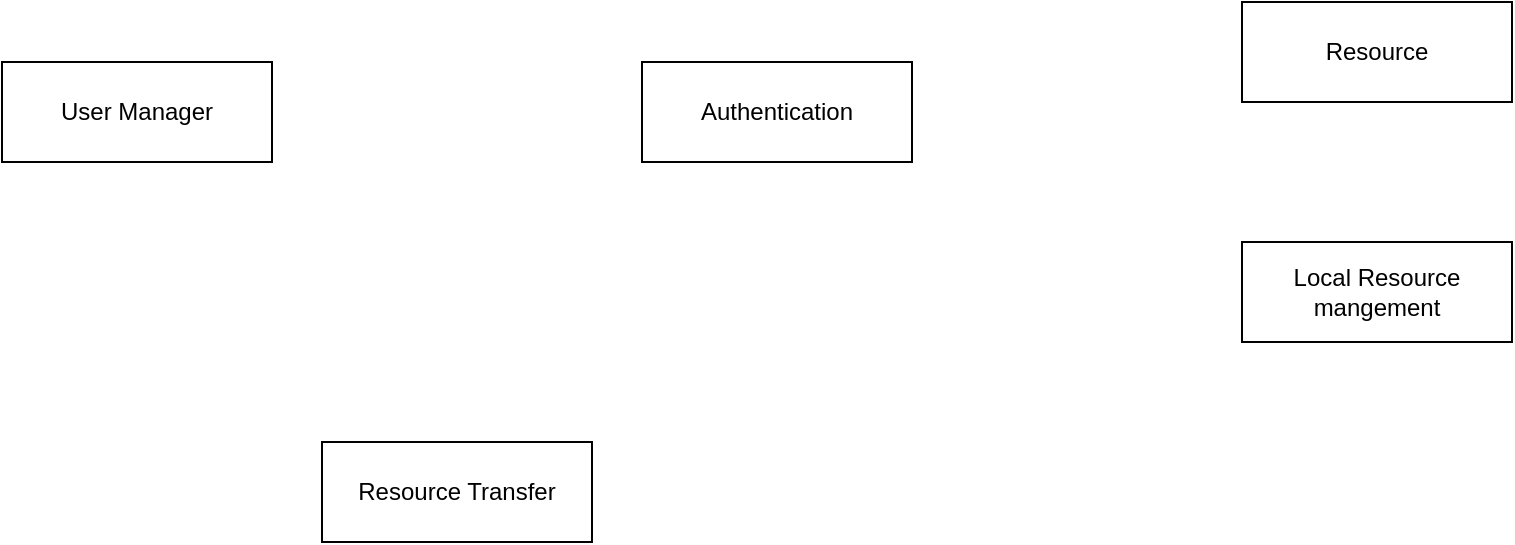
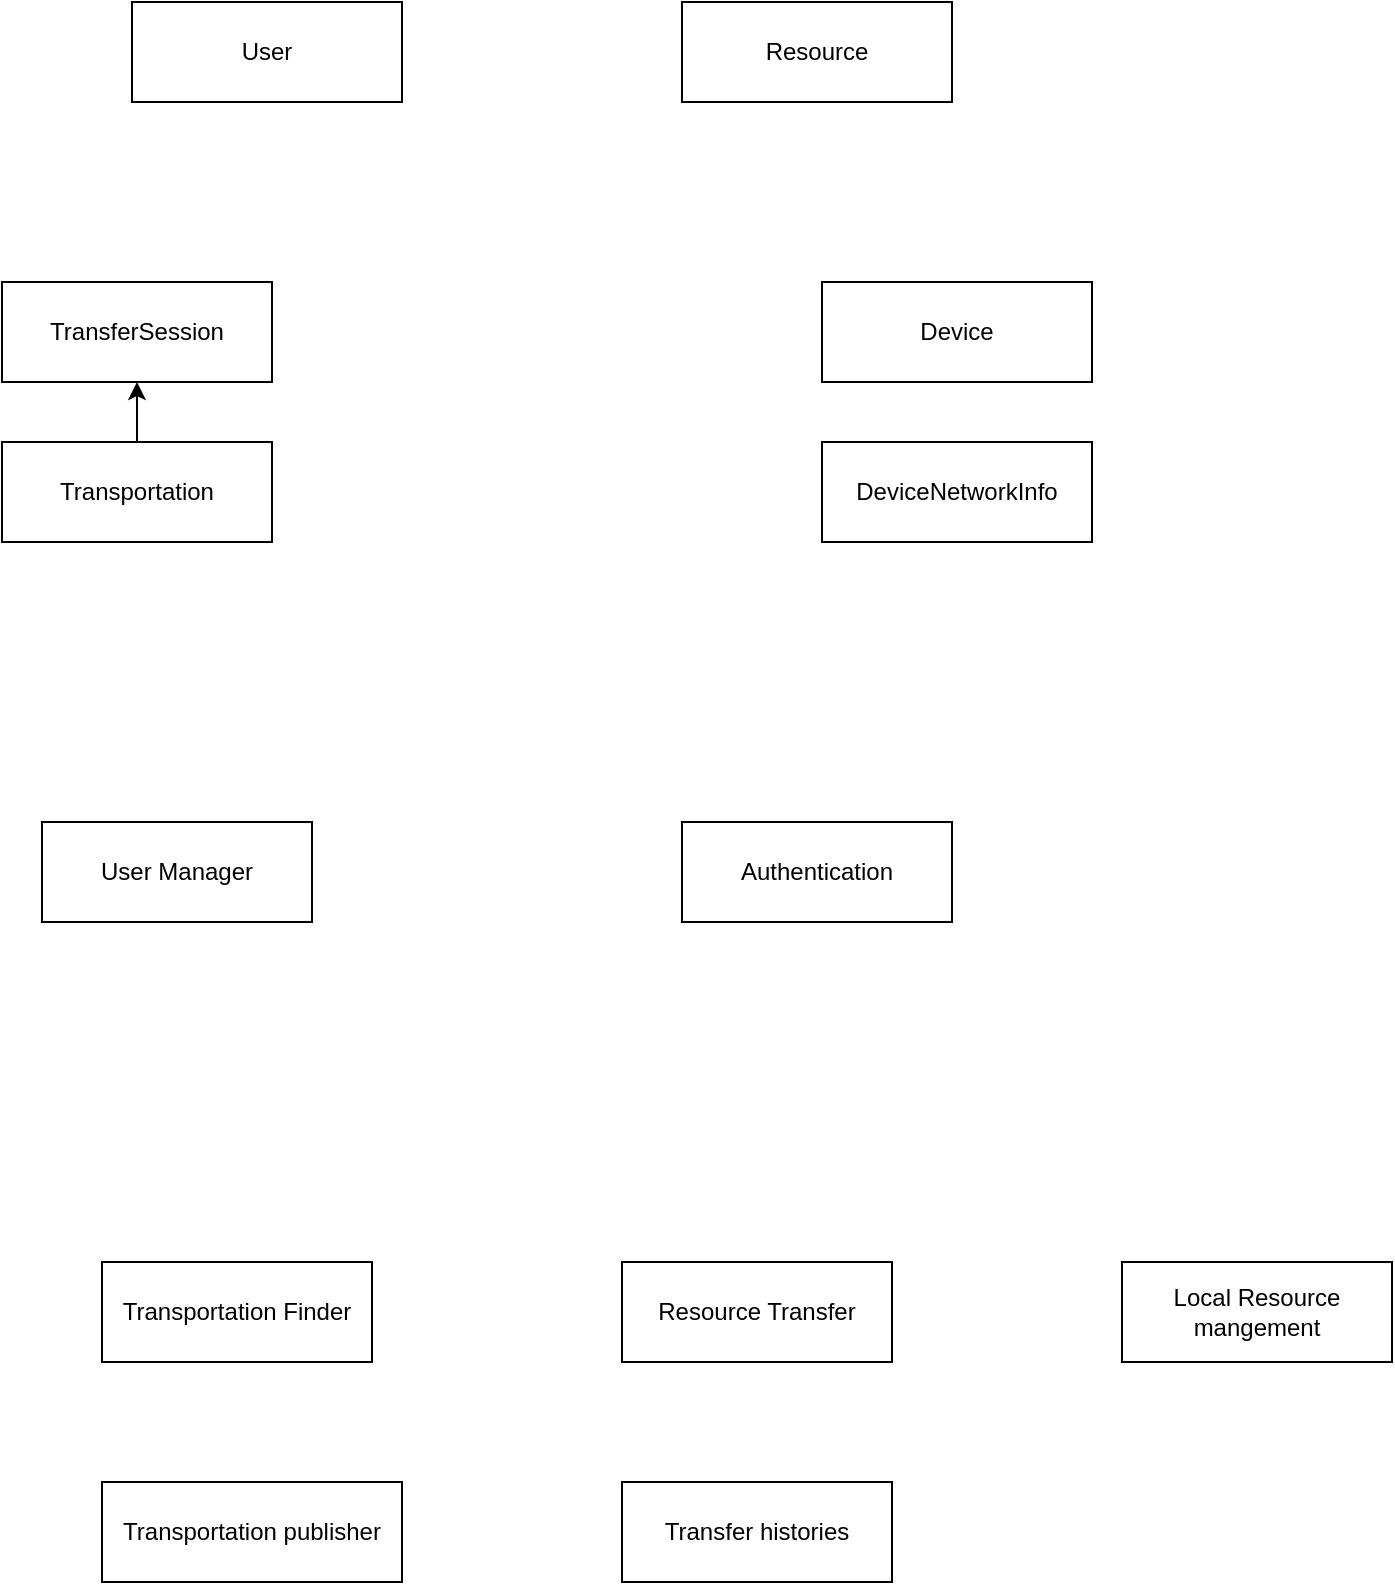
- <mxfile host="Electron" agent="Mozilla/5.0 (Macintosh; Intel Mac OS X 10_15_7) AppleWebKit/537.36 (KHTML, like Gecko) draw.io/25.0.2 Chrome/128.0.6613.186 Electron/32.2.5 Safari/537.36" version="25.0.2">
+ <mxfile host="app.diagrams.net" agent="Mozilla/5.0 (Macintosh; Intel Mac OS X 10_15_7) AppleWebKit/537.36 (KHTML, like Gecko) Chrome/132.0.0.0 Safari/537.36" version="26.0.7">
  <diagram name="Page-1" id="XmDqDLnvBHBLNF_ZRJiT">
-     <mxGraphModel dx="1803" dy="1056" grid="1" gridSize="10" guides="1" tooltips="1" connect="1" arrows="1" fold="1" page="1" pageScale="1" pageWidth="850" pageHeight="1100" math="0" shadow="0">
+     <mxGraphModel dx="1468" dy="1071" grid="1" gridSize="10" guides="1" tooltips="1" connect="1" arrows="1" fold="1" page="1" pageScale="1" pageWidth="850" pageHeight="1100" math="0" shadow="0">
      <root>
        <mxCell id="0" />
        <mxCell id="1" parent="0" />
-         <mxCell id="j_X1Lut9ImSH6xrt_nFL-1" value="User Manager" style="rounded=0;whiteSpace=wrap;html=1;" vertex="1" parent="1">
-           <mxGeometry x="130" y="280" width="135" height="50" as="geometry" />
+         <mxCell id="j_X1Lut9ImSH6xrt_nFL-1" value="User Manager" style="rounded=0;whiteSpace=wrap;html=1;" parent="1" vertex="1">
+           <mxGeometry x="150" y="420" width="135" height="50" as="geometry" />
        </mxCell>
-         <mxCell id="j_X1Lut9ImSH6xrt_nFL-2" value="Authentication" style="rounded=0;whiteSpace=wrap;html=1;" vertex="1" parent="1">
-           <mxGeometry x="450" y="280" width="135" height="50" as="geometry" />
+         <mxCell id="j_X1Lut9ImSH6xrt_nFL-2" value="Authentication" style="rounded=0;whiteSpace=wrap;html=1;" parent="1" vertex="1">
+           <mxGeometry x="470" y="420" width="135" height="50" as="geometry" />
        </mxCell>
-         <mxCell id="j_X1Lut9ImSH6xrt_nFL-3" value="Local Resource mangement" style="rounded=0;whiteSpace=wrap;html=1;" vertex="1" parent="1">
-           <mxGeometry x="750" y="370" width="135" height="50" as="geometry" />
+         <mxCell id="j_X1Lut9ImSH6xrt_nFL-3" value="Local Resource mangement" style="rounded=0;whiteSpace=wrap;html=1;" parent="1" vertex="1">
+           <mxGeometry x="690" y="640" width="135" height="50" as="geometry" />
        </mxCell>
-         <mxCell id="j_X1Lut9ImSH6xrt_nFL-4" value="Resource Transfer" style="rounded=0;whiteSpace=wrap;html=1;" vertex="1" parent="1">
-           <mxGeometry x="290" y="470" width="135" height="50" as="geometry" />
+         <mxCell id="j_X1Lut9ImSH6xrt_nFL-4" value="Resource Transfer" style="rounded=0;whiteSpace=wrap;html=1;" parent="1" vertex="1">
+           <mxGeometry x="440" y="640" width="135" height="50" as="geometry" />
        </mxCell>
-         <mxCell id="j_X1Lut9ImSH6xrt_nFL-6" value="Resource" style="rounded=0;whiteSpace=wrap;html=1;" vertex="1" parent="1">
-           <mxGeometry x="750" y="250" width="135" height="50" as="geometry" />
+         <mxCell id="j_X1Lut9ImSH6xrt_nFL-6" value="Resource" style="rounded=0;whiteSpace=wrap;html=1;" parent="1" vertex="1">
+           <mxGeometry x="470" y="10" width="135" height="50" as="geometry" />
+         </mxCell>
+         <mxCell id="NNM7BQ2exat_cdFaZ8hW-1" value="Transportation Finder" style="rounded=0;whiteSpace=wrap;html=1;" parent="1" vertex="1">
+           <mxGeometry x="180" y="640" width="135" height="50" as="geometry" />
+         </mxCell>
+         <mxCell id="NNM7BQ2exat_cdFaZ8hW-2" value="Transfer histories" style="rounded=0;whiteSpace=wrap;html=1;" parent="1" vertex="1">
+           <mxGeometry x="440" y="750" width="135" height="50" as="geometry" />
+         </mxCell>
+         <mxCell id="NNM7BQ2exat_cdFaZ8hW-3" value="Transportation publisher" style="rounded=0;whiteSpace=wrap;html=1;" parent="1" vertex="1">
+           <mxGeometry x="180" y="750" width="150" height="50" as="geometry" />
+         </mxCell>
+         <mxCell id="NNM7BQ2exat_cdFaZ8hW-4" value="User" style="rounded=0;whiteSpace=wrap;html=1;" parent="1" vertex="1">
+           <mxGeometry x="195" y="10" width="135" height="50" as="geometry" />
+         </mxCell>
+         <mxCell id="NNM7BQ2exat_cdFaZ8hW-6" value="TransferSession" style="rounded=0;whiteSpace=wrap;html=1;" parent="1" vertex="1">
+           <mxGeometry x="130" y="150" width="135" height="50" as="geometry" />
+         </mxCell>
+         <mxCell id="NNM7BQ2exat_cdFaZ8hW-8" value="Device" style="rounded=0;whiteSpace=wrap;html=1;" parent="1" vertex="1">
+           <mxGeometry x="540" y="150" width="135" height="50" as="geometry" />
+         </mxCell>
+         <mxCell id="bkPmYHQaqlJDNqxXEu8--1" value="" style="edgeStyle=orthogonalEdgeStyle;rounded=0;orthogonalLoop=1;jettySize=auto;html=1;" edge="1" parent="1" source="NNM7BQ2exat_cdFaZ8hW-9" target="NNM7BQ2exat_cdFaZ8hW-6">
+           <mxGeometry relative="1" as="geometry" />
+         </mxCell>
+         <mxCell id="NNM7BQ2exat_cdFaZ8hW-9" value="Transportation" style="rounded=0;whiteSpace=wrap;html=1;" parent="1" vertex="1">
+           <mxGeometry x="130" y="230" width="135" height="50" as="geometry" />
+         </mxCell>
+         <mxCell id="NNM7BQ2exat_cdFaZ8hW-10" value="DeviceNetworkInfo" style="rounded=0;whiteSpace=wrap;html=1;" parent="1" vertex="1">
+           <mxGeometry x="540" y="230" width="135" height="50" as="geometry" />
        </mxCell>
      </root>
    </mxGraphModel>
  </diagram>
</mxfile>
